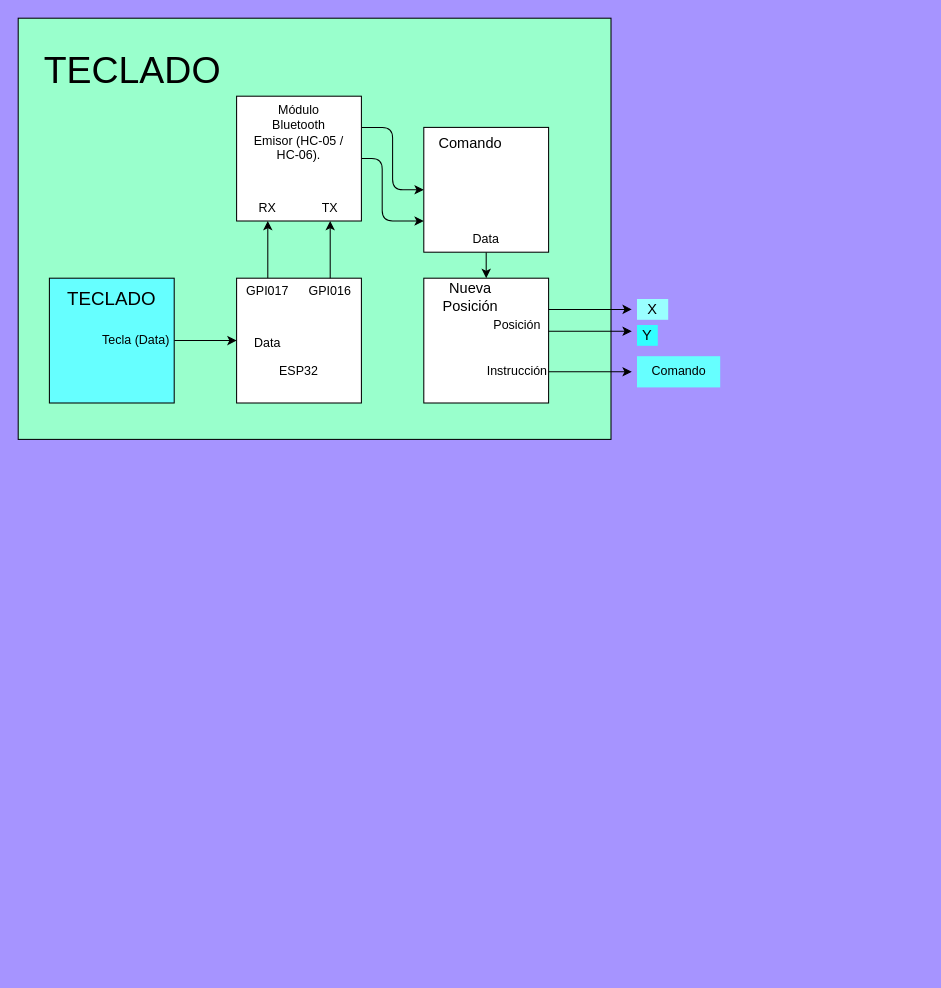
Before: retro_paint/diagrams/read_teclado.drawio in safehehe/PTSD1, a draw.io diagram. Source tidied: cells renumbered, new cells numbered last; positions are measured from the earlier drawing's top-left corner, leaving out a move shared by most shapes. Both pictures are drawn from the tidied source at 104%, with x=0, y=0 at pixel (18, 18).
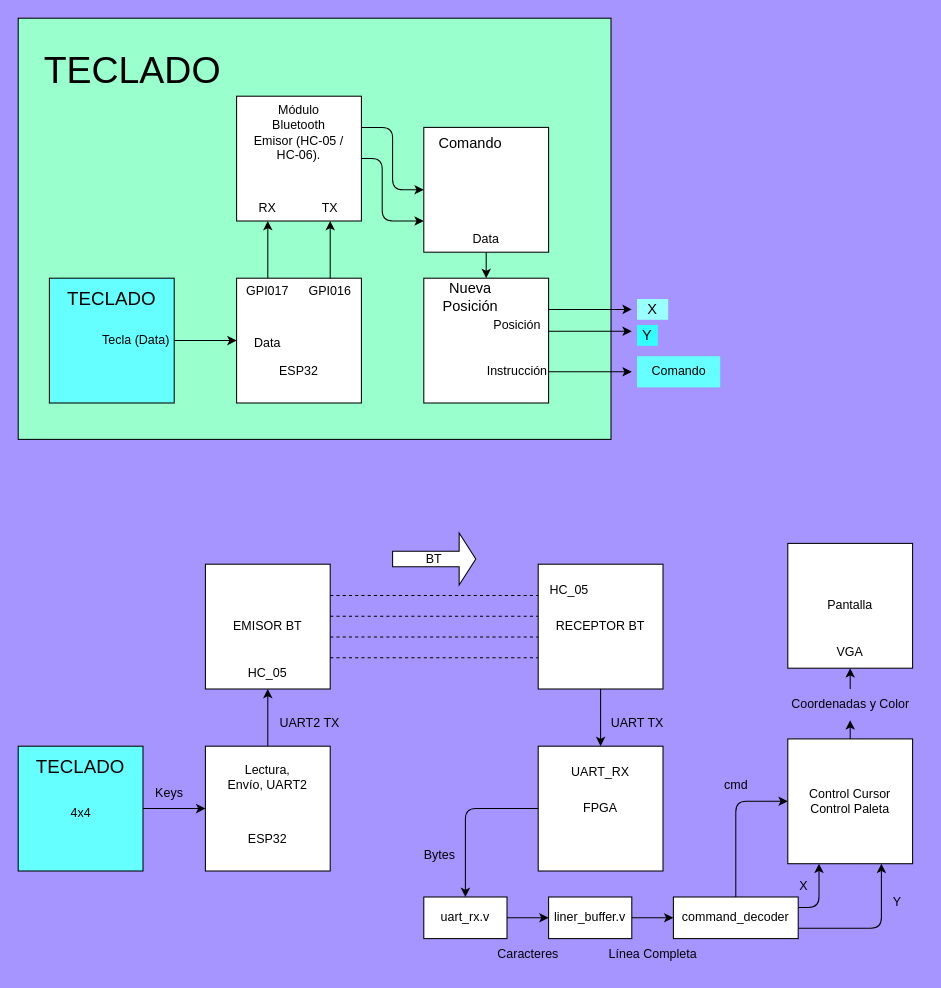
Above is the later version.

Change to the diagram source:
```diff
@@
+    <mxCell id="35" style="edgeStyle=none;html=1;" parent="1" edge="1" source="36" target="39">
+      <mxGeometry relative="1" as="geometry" />
+    </mxCell>
+    <mxCell id="36" style="whiteSpace=wrap;html=1;fillColor=#66FFFF;" parent="1" vertex="1">
+      <mxGeometry y="700" width="120" height="120" as="geometry" />
+    </mxCell>
+    <mxCell id="37" value="4x4" style="text;html=1;align=center;verticalAlign=middle;strokeColor=none;fillColor=none;" parent="1" vertex="1">
+      <mxGeometry x="40" y="750" width="40" height="30" as="geometry" />
+    </mxCell>
+    <mxCell id="38" style="edgeStyle=none;html=1;exitX=0.5;exitY=0;exitDx=0;exitDy=0;entryX=0.5;entryY=1;entryDx=0;entryDy=0;" parent="1" edge="1" source="39" target="45">
+      <mxGeometry relative="1" as="geometry" />
+    </mxCell>
+    <mxCell id="39" style="rounded=0;whiteSpace=wrap;html=1;" parent="1" vertex="1">
+      <mxGeometry x="180" y="700" width="120" height="120" as="geometry" />
+    </mxCell>
+    <mxCell id="40" value="&lt;font style=&quot;font-size: 18px;&quot;&gt;TECLADO&lt;/font&gt;" style="text;html=1;align=center;verticalAlign=middle;whiteSpace=wrap;rounded=0;" parent="1" vertex="1">
+      <mxGeometry x="30" y="705" width="60" height="30" as="geometry" />
+    </mxCell>
+    <mxCell id="41" style="edgeStyle=none;html=1;entryX=0.5;entryY=0;entryDx=0;entryDy=0;exitX=0.5;exitY=1;exitDx=0;exitDy=0;" parent="1" edge="1" target="43">
+      <mxGeometry relative="1" as="geometry">
+        <mxPoint x="560" y="645" as="sourcePoint" />
+      </mxGeometry>
+    </mxCell>
+    <mxCell id="42" style="edgeStyle=none;html=1;entryX=0.5;entryY=0;entryDx=0;entryDy=0;" parent="1" edge="1" source="43" target="60">
+      <mxGeometry relative="1" as="geometry">
+        <Array as="points">
+          <mxPoint x="430" y="760" />
+        </Array>
+      </mxGeometry>
+    </mxCell>
+    <mxCell id="43" value="FPGA" style="rounded=0;whiteSpace=wrap;html=1;" parent="1" vertex="1">
+      <mxGeometry x="500" y="700" width="120" height="120" as="geometry" />
+    </mxCell>
+    <mxCell id="44" value="RECEPTOR BT" style="rounded=0;whiteSpace=wrap;html=1;" parent="1" vertex="1">
+      <mxGeometry x="500" y="525" width="120" height="120" as="geometry" />
+    </mxCell>
+    <mxCell id="45" value="EMISOR BT" style="rounded=0;whiteSpace=wrap;html=1;" parent="1" vertex="1">
+      <mxGeometry x="180" y="525" width="120" height="120" as="geometry" />
+    </mxCell>
+    <mxCell id="46" value="ESP32" style="text;html=1;align=center;verticalAlign=middle;whiteSpace=wrap;rounded=0;" parent="1" vertex="1">
+      <mxGeometry x="195" y="775" width="90" height="30" as="geometry" />
+    </mxCell>
+    <mxCell id="47" value="Lectura, Envío, UART2" style="text;html=1;align=center;verticalAlign=middle;whiteSpace=wrap;rounded=0;" parent="1" vertex="1">
+      <mxGeometry x="200" y="717.5" width="80" height="25" as="geometry" />
+    </mxCell>
+    <mxCell id="48" value="Keys" style="text;html=1;align=center;verticalAlign=middle;strokeColor=none;fillColor=none;" parent="1" vertex="1">
+      <mxGeometry x="120" y="730" width="50" height="30" as="geometry" />
+    </mxCell>
+    <mxCell id="49" value="UART2 TX" style="text;html=1;align=center;verticalAlign=middle;strokeColor=none;fillColor=none;" parent="1" vertex="1">
+      <mxGeometry x="240" y="663" width="80" height="30" as="geometry" />
+    </mxCell>
+    <mxCell id="50" value="HC_05" style="text;html=1;align=center;verticalAlign=middle;whiteSpace=wrap;rounded=0;" parent="1" vertex="1">
+      <mxGeometry x="210" y="615" width="60" height="30" as="geometry" />
+    </mxCell>
+    <mxCell id="51" style="endArrow=none;dashed=1;html=1;entryX=0;entryY=0.25;entryDx=0;entryDy=0;" parent="1" edge="1" target="44">
+      <mxGeometry relative="1" as="geometry">
+        <mxPoint x="300" y="555" as="sourcePoint" />
+      </mxGeometry>
+    </mxCell>
+    <mxCell id="52" style="endArrow=none;dashed=1;html=1;entryX=0;entryY=0.25;entryDx=0;entryDy=0;" parent="1" edge="1">
+      <mxGeometry relative="1" as="geometry">
+        <mxPoint x="300" y="575" as="sourcePoint" />
+        <mxPoint x="500" y="575" as="targetPoint" />
+      </mxGeometry>
+    </mxCell>
+    <mxCell id="53" style="endArrow=none;dashed=1;html=1;entryX=0;entryY=0.25;entryDx=0;entryDy=0;" parent="1" edge="1">
+      <mxGeometry relative="1" as="geometry">
+        <mxPoint x="300" y="615" as="sourcePoint" />
+        <mxPoint x="500" y="615" as="targetPoint" />
+      </mxGeometry>
+    </mxCell>
+    <mxCell id="54" style="endArrow=none;dashed=1;html=1;entryX=0;entryY=0.25;entryDx=0;entryDy=0;" parent="1" edge="1">
+      <mxGeometry relative="1" as="geometry">
+        <mxPoint x="300" y="595" as="sourcePoint" />
+        <mxPoint x="500" y="595" as="targetPoint" />
+      </mxGeometry>
+    </mxCell>
+    <mxCell id="55" value="BT" style="shape=singleArrow;whiteSpace=wrap;html=1;" parent="1" vertex="1">
+      <mxGeometry x="360" y="495" width="80" height="50" as="geometry" />
+    </mxCell>
+    <mxCell id="56" value="HC_05" style="text;html=1;align=center;verticalAlign=middle;whiteSpace=wrap;rounded=0;" parent="1" vertex="1">
+      <mxGeometry x="500" y="535" width="60" height="30" as="geometry" />
+    </mxCell>
+    <mxCell id="57" value="UART_RX" style="text;html=1;align=center;verticalAlign=middle;whiteSpace=wrap;rounded=0;" parent="1" vertex="1">
+      <mxGeometry x="530" y="710" width="60" height="30" as="geometry" />
+    </mxCell>
+    <mxCell id="58" value="UART TX" style="text;html=1;align=center;verticalAlign=middle;strokeColor=none;fillColor=none;" parent="1" vertex="1">
+      <mxGeometry x="560" y="663" width="70" height="30" as="geometry" />
+    </mxCell>
+    <mxCell id="59" style="edgeStyle=none;html=1;exitX=1;exitY=0.5;exitDx=0;exitDy=0;entryX=0;entryY=0.5;entryDx=0;entryDy=0;" parent="1" edge="1" source="60" target="63">
+      <mxGeometry relative="1" as="geometry" />
+    </mxCell>
+    <mxCell id="60" value="uart_rx.v" style="rounded=0;whiteSpace=wrap;html=1;" parent="1" vertex="1">
+      <mxGeometry x="390" y="845" width="80" height="40" as="geometry" />
+    </mxCell>
+    <mxCell id="61" value="Bytes" style="text;html=1;align=center;verticalAlign=middle;strokeColor=none;fillColor=none;" parent="1" vertex="1">
+      <mxGeometry x="380" y="790" width="50" height="30" as="geometry" />
+    </mxCell>
+    <mxCell id="62" style="edgeStyle=none;html=1;entryX=0;entryY=0.5;entryDx=0;entryDy=0;" parent="1" edge="1" source="63" target="68">
+      <mxGeometry relative="1" as="geometry" />
+    </mxCell>
+    <mxCell id="63" value="liner_buffer.v" style="rounded=0;whiteSpace=wrap;html=1;" parent="1" vertex="1">
+      <mxGeometry x="510" y="845" width="80" height="40" as="geometry" />
+    </mxCell>
+    <mxCell id="64" value="Caracteres" style="text;html=1;align=center;verticalAlign=middle;strokeColor=none;fillColor=none;" parent="1" vertex="1">
+      <mxGeometry x="450" y="885" width="80" height="30" as="geometry" />
+    </mxCell>
+    <mxCell id="65" style="edgeStyle=none;html=1;entryX=0;entryY=0.5;entryDx=0;entryDy=0;" parent="1" edge="1" source="68" target="71">
+      <mxGeometry relative="1" as="geometry">
+        <Array as="points">
+          <mxPoint x="690" y="753" />
+        </Array>
+      </mxGeometry>
+    </mxCell>
+    <mxCell id="66" style="edgeStyle=none;html=1;exitX=1;exitY=0.25;exitDx=0;exitDy=0;entryX=0.25;entryY=1;entryDx=0;entryDy=0;" parent="1" edge="1" source="68" target="71">
+      <mxGeometry relative="1" as="geometry">
+        <Array as="points">
+          <mxPoint x="770" y="855" />
+        </Array>
+      </mxGeometry>
+    </mxCell>
+    <mxCell id="67" style="edgeStyle=none;html=1;exitX=1;exitY=0.75;exitDx=0;exitDy=0;entryX=0.75;entryY=1;entryDx=0;entryDy=0;" parent="1" edge="1" source="68" target="71">
+      <mxGeometry relative="1" as="geometry">
+        <Array as="points">
+          <mxPoint x="830" y="875" />
+        </Array>
+      </mxGeometry>
+    </mxCell>
+    <mxCell id="68" value="command_decoder" style="rounded=0;whiteSpace=wrap;html=1;" parent="1" vertex="1">
+      <mxGeometry x="630" y="845" width="120" height="40" as="geometry" />
+    </mxCell>
+    <mxCell id="69" value="Línea Completa" style="text;html=1;align=center;verticalAlign=middle;strokeColor=none;fillColor=none;" parent="1" vertex="1">
+      <mxGeometry x="555" y="885" width="110" height="30" as="geometry" />
+    </mxCell>
+    <mxCell id="70" style="edgeStyle=none;html=1;exitX=0.5;exitY=0;exitDx=0;exitDy=0;entryX=0.5;entryY=1;entryDx=0;entryDy=0;" parent="1" edge="1" source="78" target="76">
+      <mxGeometry relative="1" as="geometry" />
+    </mxCell>
+    <mxCell id="71" value="Control Cursor&lt;div&gt;Control Paleta&lt;/div&gt;" style="rounded=0;whiteSpace=wrap;html=1;" parent="1" vertex="1">
+      <mxGeometry x="740" y="693" width="120" height="120" as="geometry" />
+    </mxCell>
+    <mxCell id="72" value="cmd" style="text;html=1;align=center;verticalAlign=middle;strokeColor=none;fillColor=none;" parent="1" vertex="1">
+      <mxGeometry x="665" y="723" width="50" height="30" as="geometry" />
+    </mxCell>
+    <mxCell id="73" value="X" style="text;html=1;align=center;verticalAlign=middle;strokeColor=none;fillColor=none;" parent="1" vertex="1">
+      <mxGeometry x="740" y="820" width="30" height="30" as="geometry" />
+    </mxCell>
+    <mxCell id="74" value="Y" style="text;html=1;align=center;verticalAlign=middle;strokeColor=none;fillColor=none;" parent="1" vertex="1">
+      <mxGeometry x="830" y="835" width="30" height="30" as="geometry" />
+    </mxCell>
+    <mxCell id="75" value="Pantalla" style="rounded=0;whiteSpace=wrap;html=1;" parent="1" vertex="1">
+      <mxGeometry x="740" y="505" width="120" height="120" as="geometry" />
+    </mxCell>
+    <mxCell id="76" value="VGA" style="text;html=1;align=center;verticalAlign=middle;whiteSpace=wrap;rounded=0;" parent="1" vertex="1">
+      <mxGeometry x="770" y="595" width="60" height="30" as="geometry" />
+    </mxCell>
+    <mxCell id="77" style="edgeStyle=none;html=1;exitX=0.5;exitY=0;exitDx=0;exitDy=0;entryX=0.5;entryY=1;entryDx=0;entryDy=0;" parent="1" edge="1" source="71" target="78">
+      <mxGeometry relative="1" as="geometry" />
+    </mxCell>
+    <mxCell id="78" value="Coordenadas y Color" style="text;html=1;align=center;verticalAlign=middle;points=[];strokeColor=none;fillColor=none;" parent="1" vertex="1">
+      <mxGeometry x="730" y="645" width="140" height="30" as="geometry" />
+    </mxCell>
```
